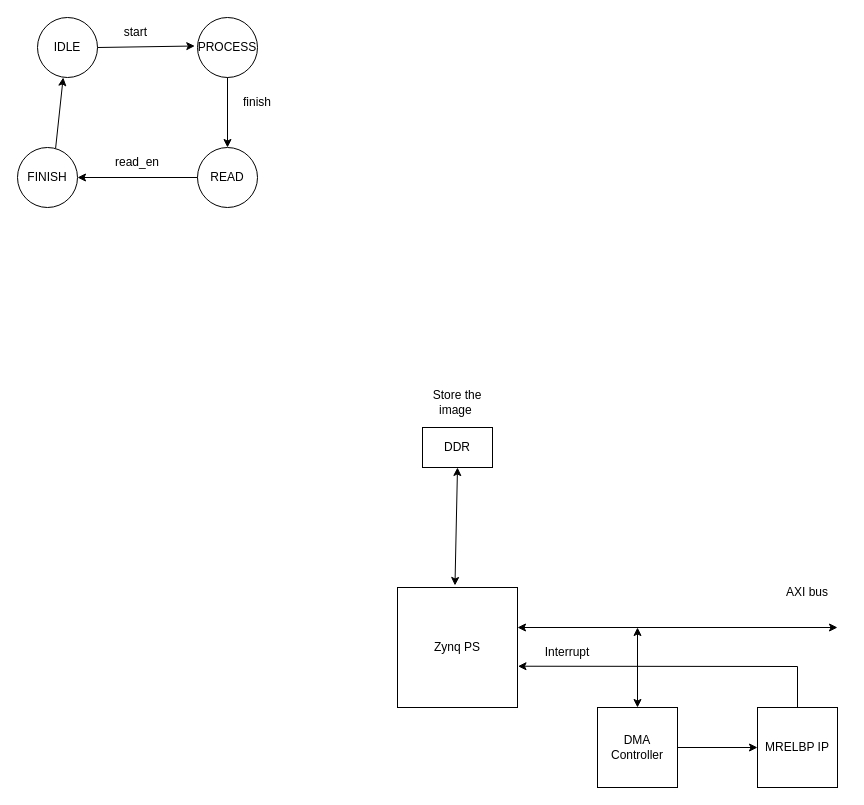
This is Draw/SoC.drawio from Hieuueihm/Thesis, a draw.io file, before an edit. Source tidied: cells renumbered, new cells numbered last; positions are measured from the earlier drawing's top-left corner, leaving out a move shared by most shapes. Both pictures are drawn from the tidied source at 100%, with x=0, y=0 at pixel (17, 17).
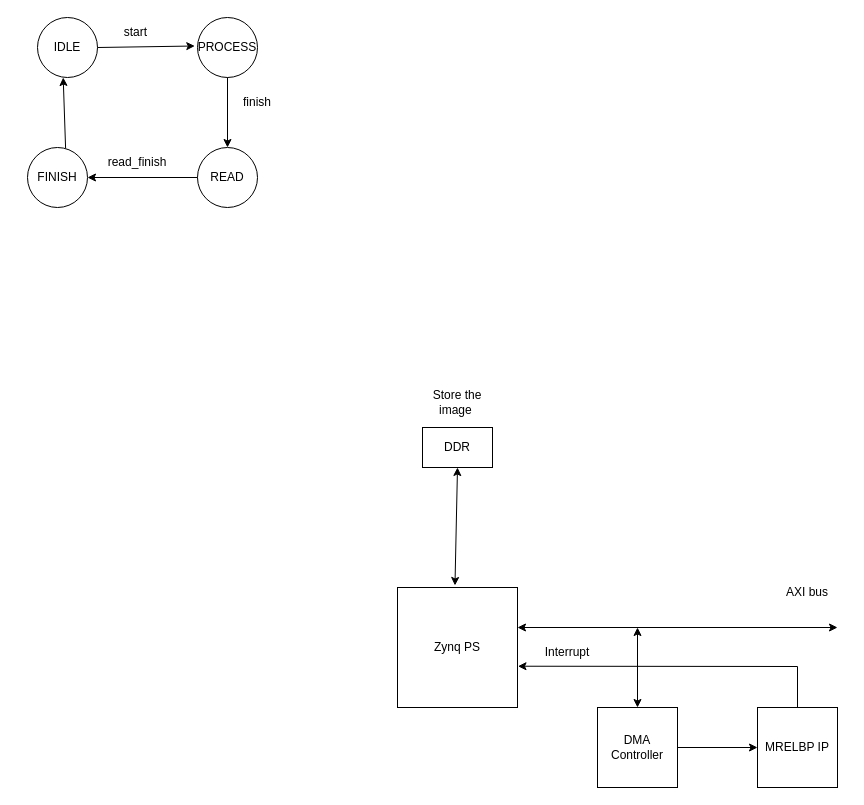
Above is the later version.

Unchanged cells that the change refers to:
```xml
<mxCell id="20" value="READ" style="ellipse;whiteSpace=wrap;html=1;" parent="1" vertex="1">
  <mxGeometry x="180" y="130" width="60" height="60" as="geometry" />
</mxCell>
```

Diff of the diagram source:
```diff
@@
     <mxCell id="21" style="endArrow=classic;html=1;rounded=0;exitX=0;exitY=0.5;exitDx=0;exitDy=0;" parent="1" edge="1" source="20">
       <mxGeometry relative="1" as="geometry">
-        <mxPoint x="60" y="160" as="targetPoint" />
+        <mxPoint x="70" y="160" as="targetPoint" />
       </mxGeometry>
     </mxCell>
     <mxCell id="22" value="FINISH" style="ellipse;whiteSpace=wrap;html=1;" parent="1" vertex="1">
-      <mxGeometry y="130" width="60" height="60" as="geometry" />
+      <mxGeometry x="10" y="130" width="60" height="60" as="geometry" />
     </mxCell>
@@
-    <mxCell id="24" value="read_en" style="text;html=1;align=center;verticalAlign=middle;whiteSpace=wrap;rounded=0;" parent="1" vertex="1">
+    <mxCell id="24" value="read_finish" style="text;html=1;align=center;verticalAlign=middle;whiteSpace=wrap;rounded=0;" parent="1" vertex="1">
       <mxGeometry x="90" y="130" width="60" height="30" as="geometry" />
     </mxCell>
```
